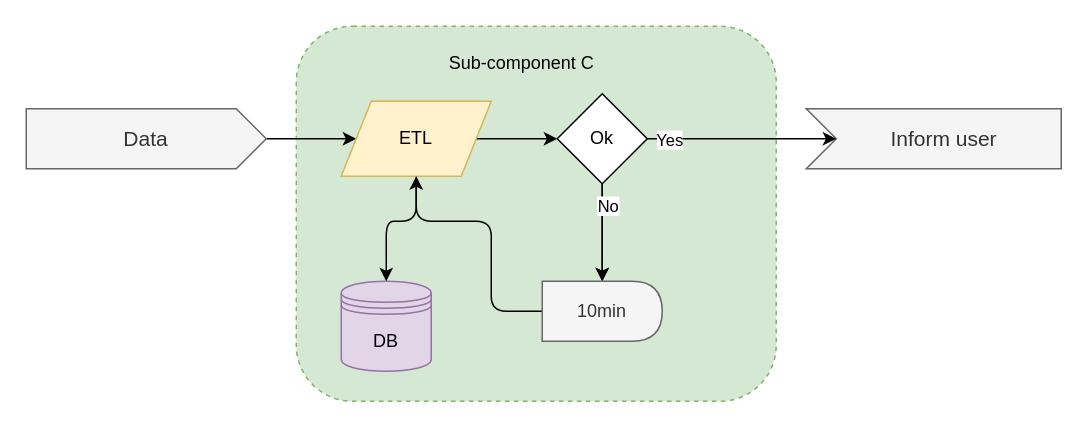
rasmushaa/drawio_document_demo_c keeps this draw.io diagram as doc/arc.drawio. Above is the earlier version. Source tidied: cells renumbered, new cells numbered last; positions are measured from the earlier drawing's top-left corner, leaving out a move shared by most shapes. Both pictures are drawn from the tidied source at 150%, with x=0, y=0 at pixel (26, 26).
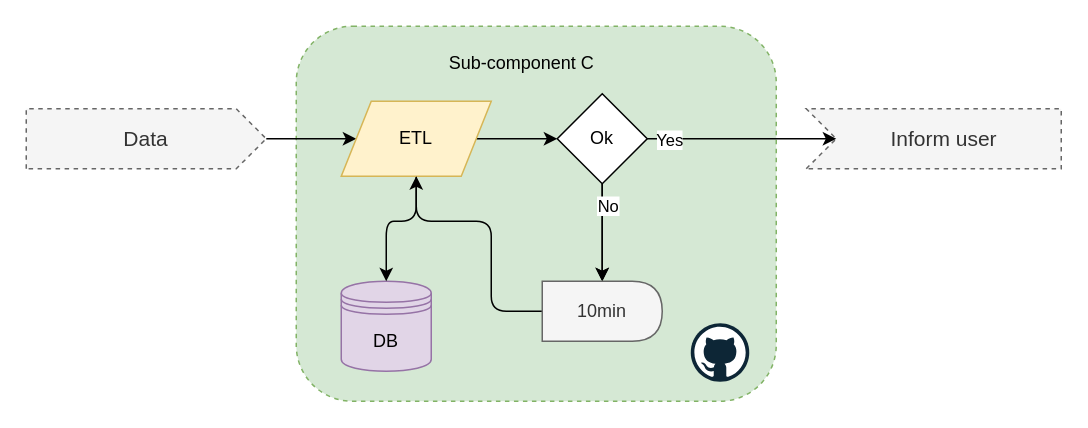
The same page after the edit.

Diff of the diagram source:
```diff
@@
-    <mxCell id="5" value="Data" style="html=1;shape=mxgraph.infographic.ribbonSimple;notch1=0;notch2=20;align=center;verticalAlign=middle;fontSize=14;fontStyle=0;fillColor=#f5f5f5;whiteSpace=wrap;fontColor=#333333;strokeColor=#666666;" parent="1" vertex="1">
+    <mxCell id="5" value="Data" style="html=1;shape=mxgraph.infographic.ribbonSimple;notch1=0;notch2=20;align=center;verticalAlign=middle;fontSize=14;fontStyle=0;fillColor=#f5f5f5;whiteSpace=wrap;fontColor=#333333;strokeColor=#666666;dashed=1;" parent="1" vertex="1">
       <mxGeometry y="55" width="160" height="40" as="geometry" />
     </mxCell>
-    <mxCell id="6" value="Inform user" style="html=1;shape=mxgraph.infographic.ribbonSimple;notch1=20;notch2=0;align=center;verticalAlign=middle;fontSize=14;fontStyle=0;fillColor=#f5f5f5;flipH=0;spacingRight=0;spacingLeft=14;whiteSpace=wrap;fontColor=#333333;strokeColor=#666666;" parent="1" vertex="1">
+    <mxCell id="6" value="Inform user" style="html=1;shape=mxgraph.infographic.ribbonSimple;notch1=20;notch2=0;align=center;verticalAlign=middle;fontSize=14;fontStyle=0;flipH=0;spacingRight=0;spacingLeft=14;whiteSpace=wrap;fillColor=#f5f5f5;fontColor=#333333;strokeColor=#666666;dashed=1;" parent="1" vertex="1">
       <mxGeometry x="520" y="55" width="170" height="40" as="geometry" />
     </mxCell>
@@
+    <mxCell id="19" style="dashed=0;html=1;align=center;labelPosition=center;verticalLabelPosition=bottom;verticalAlign=top;shape=mxgraph.weblogos.github;" parent="1" vertex="1">
+      <mxGeometry x="443" y="198" width="39" height="39" as="geometry" />
+    </mxCell>
```
